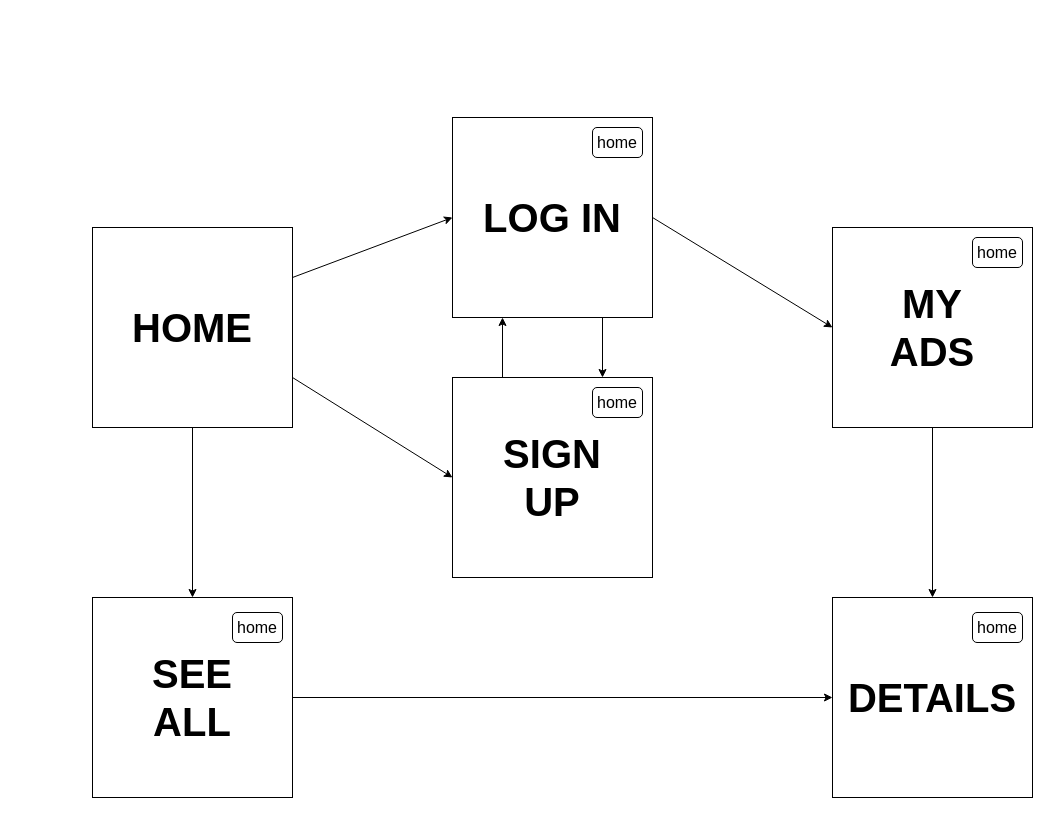
StanislavRa/group_A_Helppy keeps this draw.io diagram as page "UserStoryViews" (4 of 4) of HelppyDiagrams.drawio. Above is the earlier version. Source tidied: cells renumbered, new cells numbered last; positions are measured from the earlier drawing's top-left corner, leaving out a move shared by most shapes. Both pictures are drawn from the tidied source at 100%, with x=0, y=0 at pixel (92, 117).
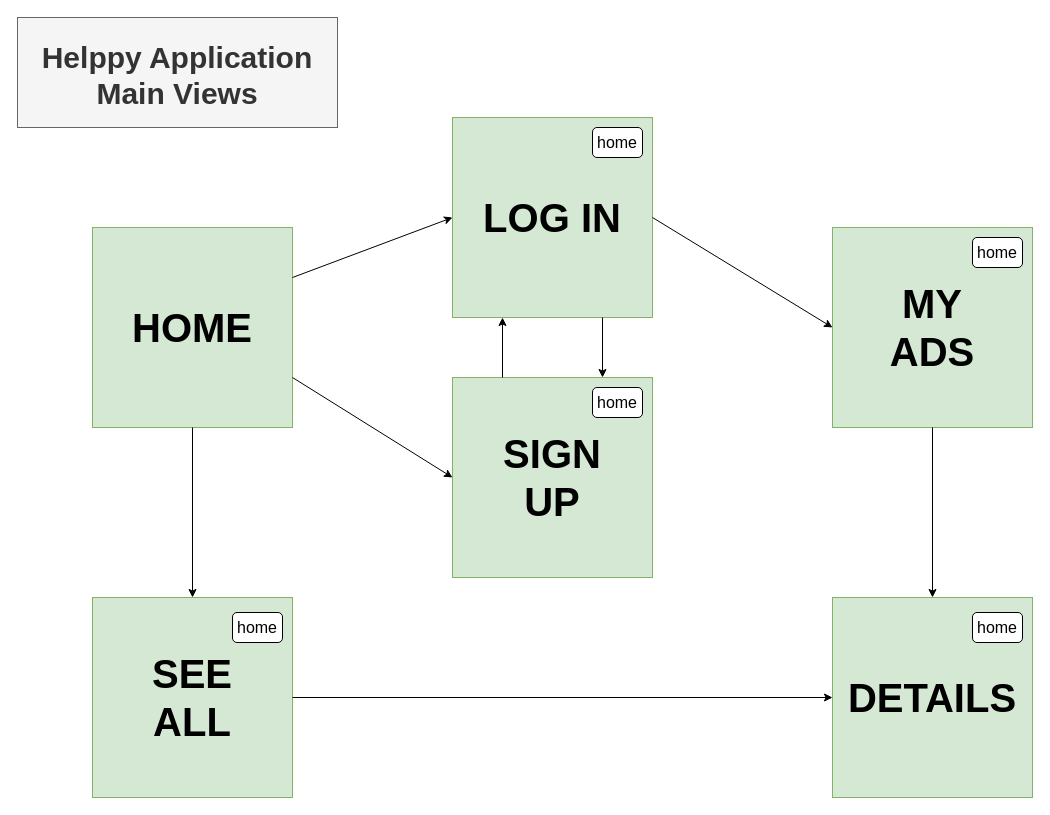
After the change.

Diff of the diagram source:
```diff
@@
-    <mxCell id="2" style="whiteSpace=wrap;html=1;" parent="1" vertex="1">
+    <mxCell id="2" style="whiteSpace=wrap;html=1;fillColor=#d5e8d4;strokeColor=#82b366;" parent="1" vertex="1">
       <mxGeometry y="110" width="200" height="200" as="geometry" />
     </mxCell>
-    <mxCell id="3" style="whiteSpace=wrap;html=1;" parent="1" vertex="1">
+    <mxCell id="3" style="whiteSpace=wrap;html=1;fillColor=#d5e8d4;strokeColor=#82b366;" parent="1" vertex="1">
       <mxGeometry x="740" y="480" width="200" height="200" as="geometry" />
     </mxCell>
-    <mxCell id="4" style="whiteSpace=wrap;html=1;" parent="1" vertex="1">
+    <mxCell id="4" style="whiteSpace=wrap;html=1;fillColor=#d5e8d4;strokeColor=#82b366;" parent="1" vertex="1">
       <mxGeometry x="740" y="110" width="200" height="200" as="geometry" />
     </mxCell>
-    <mxCell id="5" style="whiteSpace=wrap;html=1;" parent="1" vertex="1">
+    <mxCell id="5" style="whiteSpace=wrap;html=1;fillColor=#d5e8d4;strokeColor=#82b366;" parent="1" vertex="1">
       <mxGeometry x="360" y="260" width="200" height="200" as="geometry" />
     </mxCell>
-    <mxCell id="6" style="whiteSpace=wrap;html=1;" parent="1" vertex="1">
+    <mxCell id="6" style="whiteSpace=wrap;html=1;fillColor=#d5e8d4;strokeColor=#82b366;" parent="1" vertex="1">
       <mxGeometry y="480" width="200" height="200" as="geometry" />
     </mxCell>
-    <mxCell id="7" style="whiteSpace=wrap;html=1;" parent="1" vertex="1">
+    <mxCell id="7" style="whiteSpace=wrap;html=1;fillColor=#d5e8d4;strokeColor=#82b366;" parent="1" vertex="1">
       <mxGeometry x="360" width="200" height="200" as="geometry" />
     </mxCell>
@@
+    <mxCell id="32" value="Helppy Application&#10;Main Views" style="text;align=center;fontStyle=1;verticalAlign=middle;spacingLeft=3;spacingRight=3;fontFamily=Helvetica;fontSize=30;fillColor=#f5f5f5;strokeColor=#666666;fontColor=#333333;" parent="1" vertex="1">
+      <mxGeometry x="-75" y="-100" width="320" height="110" as="geometry" />
+    </mxCell>
```
